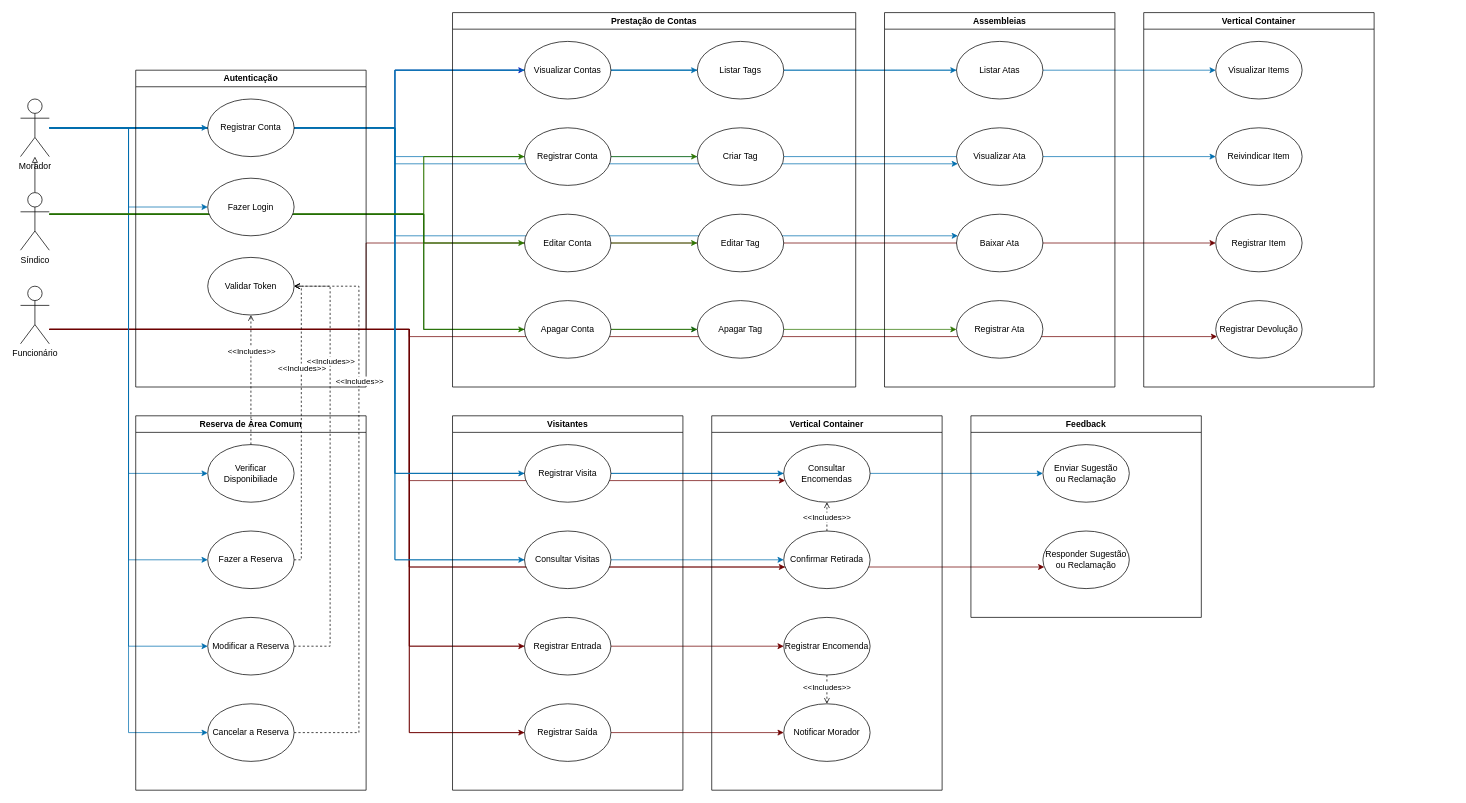
Earlier version of the draw.io diagram Artefatos/Casos de Uso/Diagrama.drawio (jaoppb/villa-pisani). Source tidied: cells renumbered, new cells numbered last; positions are measured from the earlier drawing's top-left corner, leaving out a move shared by most shapes. Both pictures are drawn from the tidied source at 72%, with x=0, y=0 at pixel (20, 12).
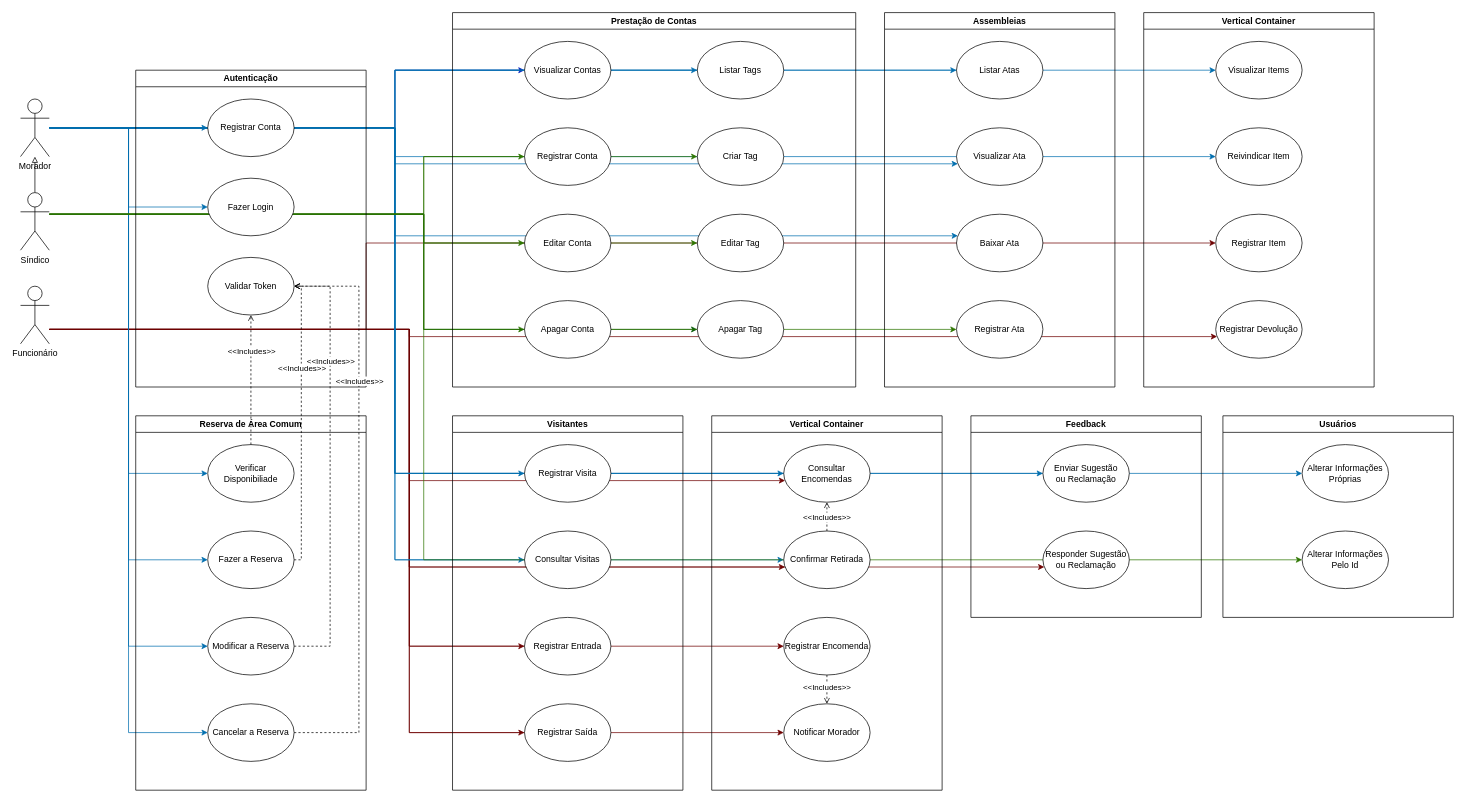
The same page after the edit.

Commit message (it also covers changes not shown here):
docs: user management use cases diagram

The change refers to these unchanged cells:
```xml
<mxCell id="29" value="Morador" style="shape=umlActor;verticalLabelPosition=bottom;verticalAlign=top;html=1;outlineConnect=0;" parent="1" vertex="1">
  <mxGeometry y="120" width="40" height="80" as="geometry" />
</mxCell>
<mxCell id="38" value="Sí&lt;span style=&quot;background-color: transparent; color: light-dark(rgb(0, 0, 0), rgb(255, 255, 255));&quot;&gt;ndico&lt;/span&gt;" style="shape=umlActor;verticalLabelPosition=bottom;verticalAlign=top;html=1;outlineConnect=0;" parent="1" vertex="1">
  <mxGeometry y="250" width="40" height="80" as="geometry" />
</mxCell>
```

What changed in the source:
```diff
@@
+    <mxCell id="93" style="edgeStyle=orthogonalEdgeStyle;rounded=0;jettySize=auto;html=1;fillColor=#1ba1e2;strokeColor=#006EAF;" parent="1" edge="1" source="29" target="97">
+      <mxGeometry relative="1" as="geometry">
+        <Array as="points">
+          <mxPoint x="520" y="160" />
+          <mxPoint x="520" y="640" />
+        </Array>
+      </mxGeometry>
+    </mxCell>
@@
+    <mxCell id="94" style="edgeStyle=orthogonalEdgeStyle;rounded=0;jettySize=auto;html=1;entryX=0;entryY=0.5;entryDx=0;entryDy=0;fillColor=#60a917;strokeColor=#2D7600;" parent="1" edge="1" source="38" target="96">
+      <mxGeometry relative="1" as="geometry">
+        <Array as="points">
+          <mxPoint x="560" y="280" />
+          <mxPoint x="560" y="760" />
+        </Array>
+      </mxGeometry>
+    </mxCell>
@@
+    <mxCell id="95" value="Usuários" style="swimlane;whiteSpace=wrap;html=1;" parent="1" vertex="1">
+      <mxGeometry x="1670" y="560" width="320" height="280" as="geometry" />
+    </mxCell>
+    <mxCell id="96" value="Alterar Informações Pelo Id" style="ellipse;whiteSpace=wrap;html=1;" parent="95" vertex="1">
+      <mxGeometry x="110" y="160" width="120" height="80" as="geometry" />
+    </mxCell>
+    <mxCell id="97" value="Alterar Informações Próprias" style="ellipse;whiteSpace=wrap;html=1;" parent="95" vertex="1">
+      <mxGeometry x="110" y="40" width="120" height="80" as="geometry" />
+    </mxCell>
```
